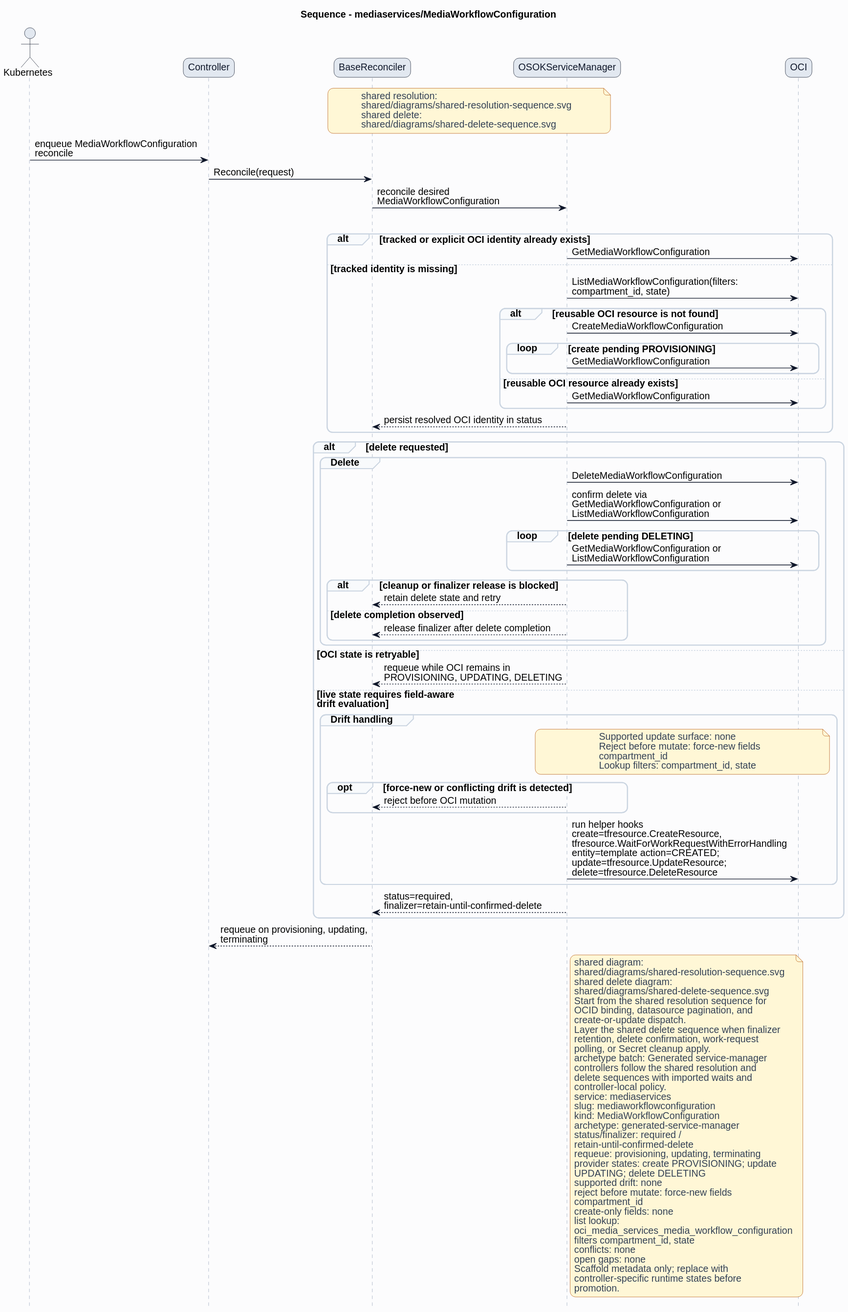
HaoyL666/oci-service-operator keeps this PlantUML diagram as formal/controllers/mediaservices/mediaworkflowconfiguration/diagrams/sequence.svg. Above is the earlier version. Its diagram source:
```plantuml
@startuml
skinparam shadowing false
skinparam backgroundColor #fcfcfd
skinparam defaultFontName Helvetica
skinparam defaultFontSize 14
skinparam arrowColor #0f172a
skinparam noteBackgroundColor #fff7d6
skinparam noteBorderColor #b45309
skinparam noteFontColor #334155
skinparam roundcorner 16
title Sequence - mediaservices/MediaWorkflowConfiguration
hide footbox
skinparam sequence {
  actorBorderColor #0f172a
  actorBackgroundColor #e2e8f0
  participantBorderColor #0f172a
  participantBackgroundColor #e2e8f0
  participantFontColor #0f172a
  lifeLineBorderColor #94a3b8
  groupBorderColor #cbd5e1
  groupBackgroundColor #f8fafc
}
actor Kubernetes
participant Controller
participant BaseReconciler
participant "OSOKServiceManager" as ServiceManager
participant OCI
note over BaseReconciler,ServiceManager
shared resolution:
shared/diagrams/shared-resolution-sequence.svg
shared delete:
shared/diagrams/shared-delete-sequence.svg
end note
Kubernetes -> Controller: enqueue MediaWorkflowConfiguration\nreconcile
Controller -> BaseReconciler: Reconcile(request)
BaseReconciler -> ServiceManager: reconcile desired\nMediaWorkflowConfiguration
group Lookup and bind
alt tracked or explicit OCI identity already exists
ServiceManager -> OCI: GetMediaWorkflowConfiguration
else tracked identity is missing
ServiceManager -> OCI: ListMediaWorkflowConfiguration(filters:\ncompartment_id, state)
alt reusable OCI resource is not found
ServiceManager -> OCI: CreateMediaWorkflowConfiguration
loop create pending PROVISIONING
ServiceManager -> OCI: GetMediaWorkflowConfiguration
end
else reusable OCI resource already exists
ServiceManager -> OCI: GetMediaWorkflowConfiguration
end
ServiceManager --> BaseReconciler: persist resolved OCI identity in status
end
alt delete requested
group Delete
ServiceManager -> OCI: DeleteMediaWorkflowConfiguration
ServiceManager -> OCI: confirm delete via\nGetMediaWorkflowConfiguration or\nListMediaWorkflowConfiguration
loop delete pending DELETING
ServiceManager -> OCI: GetMediaWorkflowConfiguration or\nListMediaWorkflowConfiguration
end
alt cleanup or finalizer release is blocked
ServiceManager --> BaseReconciler: retain delete state and retry
else delete completion observed
ServiceManager --> BaseReconciler: release finalizer after delete completion
end
end
else OCI state is retryable
ServiceManager --> BaseReconciler: requeue while OCI remains in\nPROVISIONING, UPDATING, DELETING
else live state requires field-aware\ndrift evaluation
group Drift handling
note over ServiceManager,OCI
Supported update surface: none
Reject before mutate: force-new fields
compartment_id
Lookup filters: compartment_id, state
end note
opt force-new or conflicting drift is detected
ServiceManager --> BaseReconciler: reject before OCI mutation
end
ServiceManager -> OCI: run helper hooks\ncreate=tfresource.CreateResource,\ntfresource.WaitForWorkRequestWithErrorHandling\nentity=template action=CREATED;\nupdate=tfresource.UpdateResource;\ndelete=tfresource.DeleteResource
end
ServiceManager --> BaseReconciler: status=required,\nfinalizer=retain-until-confirmed-delete
end
BaseReconciler --> Controller: requeue on provisioning, updating,\nterminating
note right of ServiceManager
shared diagram:
shared/diagrams/shared-resolution-sequence.svg
shared delete diagram:
shared/diagrams/shared-delete-sequence.svg
Start from the shared resolution sequence for
OCID binding, datasource pagination, and
create-or-update dispatch.
Layer the shared delete sequence when finalizer
retention, delete confirmation, work-request
polling, or Secret cleanup apply.
archetype batch: Generated service-manager
controllers follow the shared resolution and
delete sequences with imported waits and
controller-local policy.
service: mediaservices
slug: mediaworkflowconfiguration
kind: MediaWorkflowConfiguration
archetype: generated-service-manager
status/finalizer: required /
retain-until-confirmed-delete
requeue: provisioning, updating, terminating
provider states: create PROVISIONING; update
UPDATING; delete DELETING
supported drift: none
reject before mutate: force-new fields
compartment_id
create-only fields: none
list lookup:
oci_media_services_media_workflow_configuration
filters compartment_id, state
conflicts: none
open gaps: none
Scaffold metadata only; replace with
controller-specific runtime states before
promotion.
end note
@enduml
```
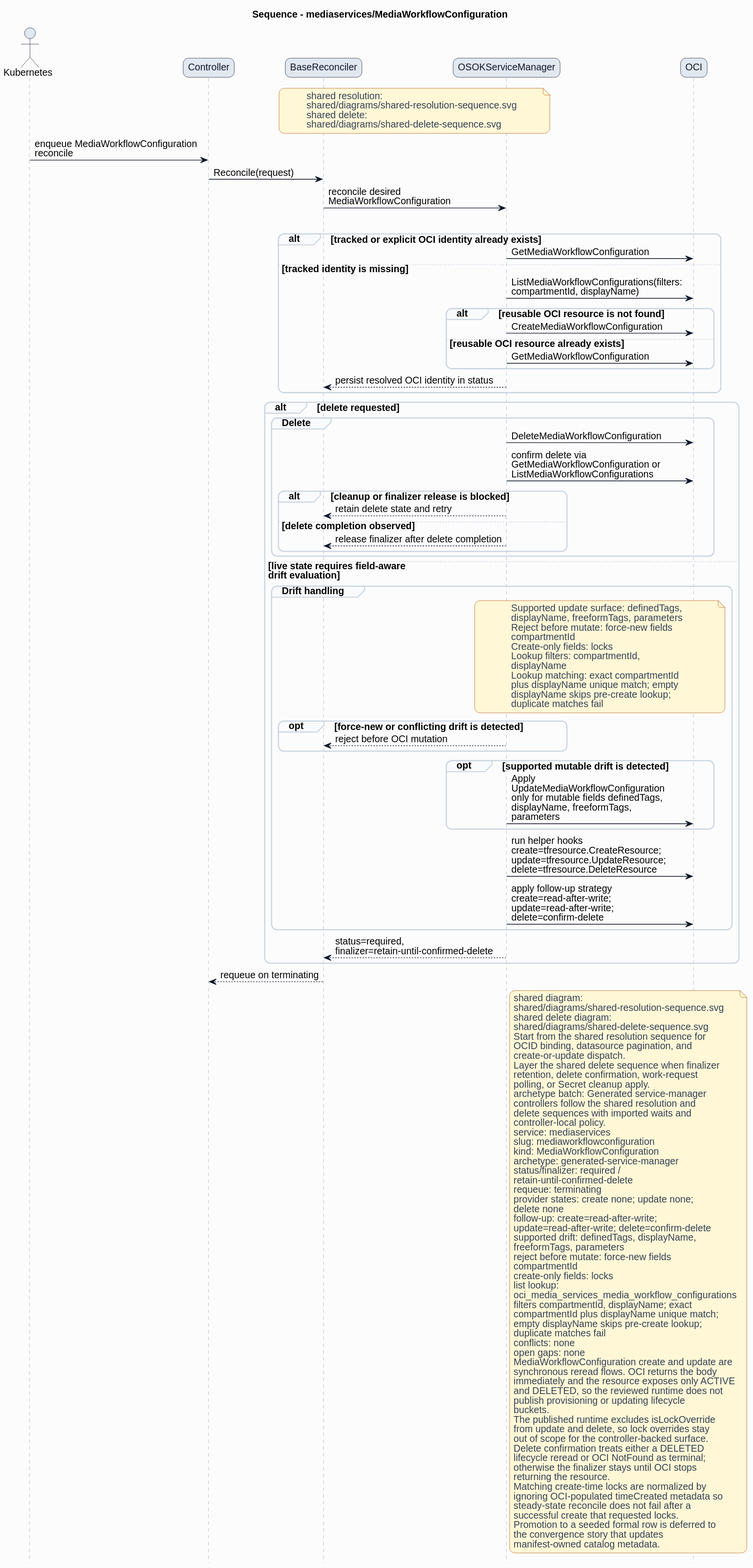
Above is the later version.

What changed in the source:
```diff
@@ -38,12 +38,9 @@
 alt tracked or explicit OCI identity already exists
 ServiceManager -> OCI: GetMediaWorkflowConfiguration
 else tracked identity is missing
-ServiceManager -> OCI: ListMediaWorkflowConfiguration(filters:\ncompartment_id, state)
+ServiceManager -> OCI: ListMediaWorkflowConfigurations(filters:\ncompartmentId, displayName)
 alt reusable OCI resource is not found
 ServiceManager -> OCI: CreateMediaWorkflowConfiguration
-loop create pending PROVISIONING
-ServiceManager -> OCI: GetMediaWorkflowConfiguration
-end
 else reusable OCI resource already exists
 ServiceManager -> OCI: GetMediaWorkflowConfiguration
 end
@@ -52,34 +49,40 @@
 alt delete requested
 group Delete
 ServiceManager -> OCI: DeleteMediaWorkflowConfiguration
-ServiceManager -> OCI: confirm delete via\nGetMediaWorkflowConfiguration or\nListMediaWorkflowConfiguration
-loop delete pending DELETING
-ServiceManager -> OCI: GetMediaWorkflowConfiguration or\nListMediaWorkflowConfiguration
-end
+ServiceManager -> OCI: confirm delete via\nGetMediaWorkflowConfiguration or\nListMediaWorkflowConfigurations
 alt cleanup or finalizer release is blocked
 ServiceManager --> BaseReconciler: retain delete state and retry
 else delete completion observed
 ServiceManager --> BaseReconciler: release finalizer after delete completion
 end
 end
-else OCI state is retryable
-ServiceManager --> BaseReconciler: requeue while OCI remains in\nPROVISIONING, UPDATING, DELETING
 else live state requires field-aware\ndrift evaluation
 group Drift handling
 note over ServiceManager,OCI
-Supported update surface: none
+Supported update surface: definedTags,
+displayName, freeformTags, parameters
 Reject before mutate: force-new fields
-compartment_id
-Lookup filters: compartment_id, state
+compartmentId
+Create-only fields: locks
+Lookup filters: compartmentId,
+displayName
+Lookup matching: exact compartmentId
+plus displayName unique match; empty
+displayName skips pre-create lookup;
+duplicate matches fail
 end note
 opt force-new or conflicting drift is detected
 ServiceManager --> BaseReconciler: reject before OCI mutation
 end
-ServiceManager -> OCI: run helper hooks\ncreate=tfresource.CreateResource,\ntfresource.WaitForWorkRequestWithErrorHandling\nentity=template action=CREATED;\nupdate=tfresource.UpdateResource;\ndelete=tfresource.DeleteResource
+opt supported mutable drift is detected
+ServiceManager -> OCI: Apply\nUpdateMediaWorkflowConfiguration\nonly for mutable fields definedTags,\ndisplayName, freeformTags,\nparameters
+end
+ServiceManager -> OCI: run helper hooks\ncreate=tfresource.CreateResource;\nupdate=tfresource.UpdateResource;\ndelete=tfresource.DeleteResource
+ServiceManager -> OCI: apply follow-up strategy\ncreate=read-after-write;\nupdate=read-after-write;\ndelete=confirm-delete
 end
 ServiceManager --> BaseReconciler: status=required,\nfinalizer=retain-until-confirmed-delete
 end
-BaseReconciler --> Controller: requeue on provisioning, updating,\nterminating
+BaseReconciler --> Controller: requeue on terminating
 note right of ServiceManager
 shared diagram:
 shared/diagrams/shared-resolution-sequence.svg
@@ -101,20 +104,43 @@
 archetype: generated-service-manager
 status/finalizer: required /
 retain-until-confirmed-delete
-requeue: provisioning, updating, terminating
-provider states: create PROVISIONING; update
-UPDATING; delete DELETING
-supported drift: none
+requeue: terminating
+provider states: create none; update none;
+delete none
+follow-up: create=read-after-write;
+update=read-after-write; delete=confirm-delete
+supported drift: definedTags, displayName,
+freeformTags, parameters
 reject before mutate: force-new fields
-compartment_id
-create-only fields: none
+compartmentId
+create-only fields: locks
 list lookup:
-oci_media_services_media_workflow_configuration
-filters compartment_id, state
+oci_media_services_media_workflow_configurations
+filters compartmentId, displayName; exact
+compartmentId plus displayName unique match;
+empty displayName skips pre-create lookup;
+duplicate matches fail
 conflicts: none
 open gaps: none
-Scaffold metadata only; replace with
-controller-specific runtime states before
-promotion.
+MediaWorkflowConfiguration create and update are
+synchronous reread flows. OCI returns the body
+immediately and the resource exposes only ACTIVE
+and DELETED, so the reviewed runtime does not
+publish provisioning or updating lifecycle
+buckets.
+The published runtime excludes isLockOverride
+from update and delete, so lock overrides stay
+out of scope for the controller-backed surface.
+Delete confirmation treats either a DELETED
+lifecycle reread or OCI NotFound as terminal;
+otherwise the finalizer stays until OCI stops
+returning the resource.
+Matching create-time locks are normalized by
+ignoring OCI-populated timeCreated metadata so
+steady-state reconcile does not fail after a
+successful create that requested locks.
+Promotion to a seeded formal row is deferred to
+the convergence story that updates
+manifest-owned catalog metadata.
 end note
 @enduml
```
